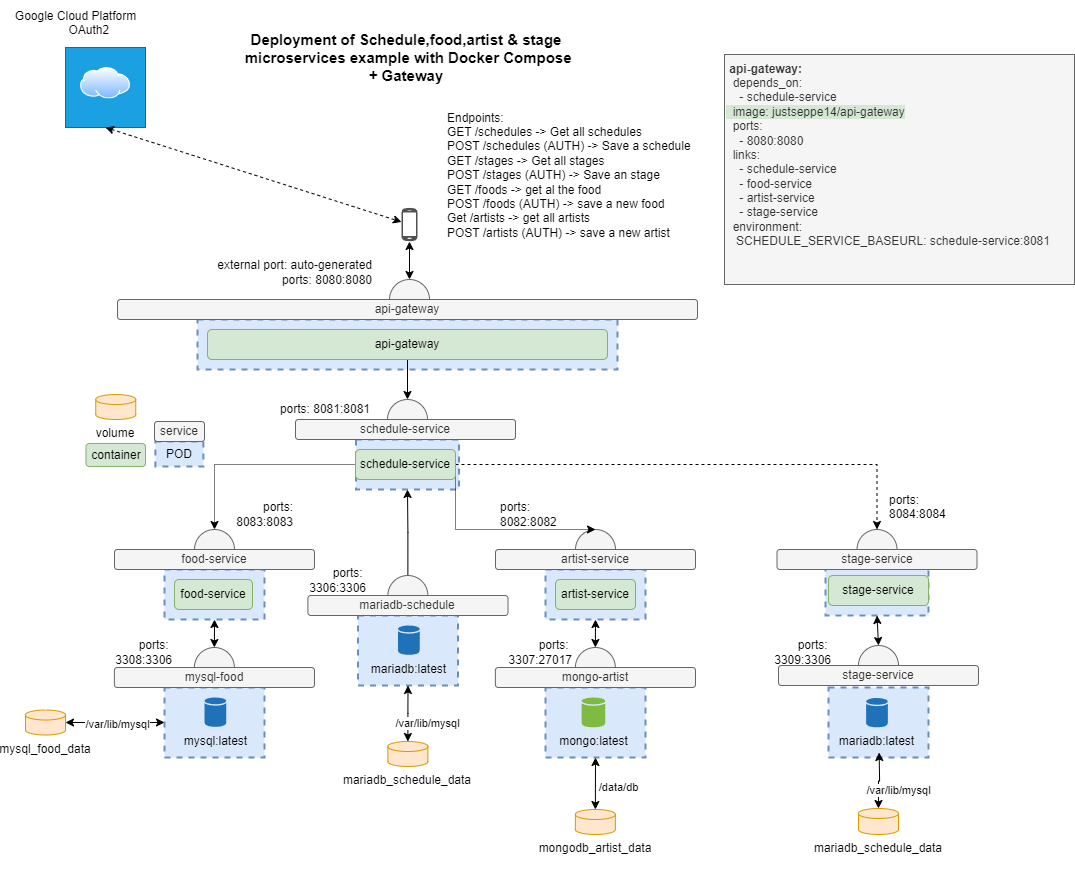
This is assets/FristFest.png from wdebie/wdb-svc-microservices, a draw.io export, as it was before one commit. Source tidied: cells renumbered, new cells last; positions are measured from the earlier drawing's top-left corner, leaving out a move shared by most shapes.
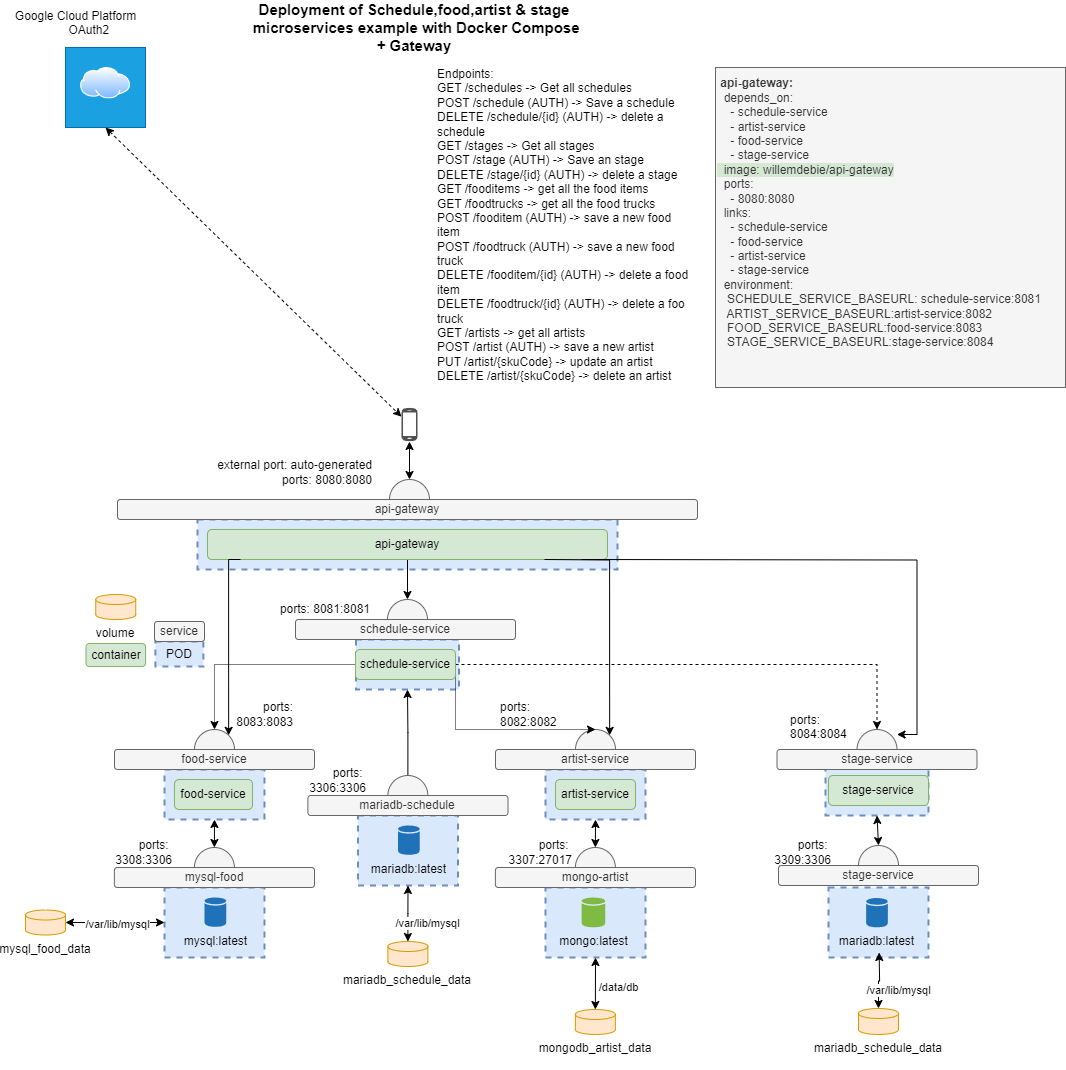
The same diagram one commit later.

The edit, as a diff of the source:
```diff
@@ -103,7 +103,7 @@
       <mxGeometry x="188.9" y="399" width="178" height="20" as="geometry" />
     </mxCell>
     <mxCell id="34" value="&lt;div&gt;&lt;b&gt;&lt;font style=&quot;font-size: 15px&quot;&gt;Deployment of Schedule,food,artist &amp;amp; stage&lt;/font&gt;&lt;/b&gt;&lt;/div&gt;&lt;div&gt;&lt;b&gt;&lt;font style=&quot;font-size: 15px&quot;&gt;&amp;nbsp;microservices example with Docker Compose&lt;br&gt;+ Gateway&lt;/font&gt;&lt;/b&gt;&lt;/div&gt;" style="text;html=1;strokeColor=none;fillColor=none;align=center;verticalAlign=middle;whiteSpace=wrap;rounded=0;" parent="1" vertex="1">
-      <mxGeometry x="52" y="47" width="698" height="20" as="geometry" />
+      <mxGeometry x="60" y="-183" width="698" height="20" as="geometry" />
     </mxCell>
     <mxCell id="35" style="edgeStyle=orthogonalEdgeStyle;rounded=0;jettySize=auto;html=1;entryX=0;entryY=0.5;entryDx=0;entryDy=0;startArrow=classic;startFill=1;" parent="1" edge="1" source="37" target="7">
       <mxGeometry relative="1" as="geometry" />
@@ -125,8 +125,8 @@
     <mxCell id="40" value="volume" style="shape=cylinder3;whiteSpace=wrap;html=1;boundedLbl=1;backgroundOutline=1;size=5;verticalAlign=top;labelPosition=center;verticalLabelPosition=bottom;align=center;fillColor=#ffe6cc;strokeColor=#d79b00;" parent="1" vertex="1">
       <mxGeometry x="90.2" y="394" width="40" height="25" as="geometry" />
     </mxCell>
-    <mxCell id="41" value="&lt;div&gt;&lt;b&gt;&amp;nbsp;api-gateway:&lt;/b&gt;&lt;/div&gt;&lt;div&gt;&amp;nbsp; depends_on:&lt;/div&gt;&lt;div&gt;&amp;nbsp; &amp;nbsp; - schedule-service&lt;/div&gt;&lt;div&gt;&lt;span style=&quot;background-color: rgb(213, 232, 212);&quot;&gt;&amp;nbsp; image: justseppe14/api-gateway&lt;/span&gt;&lt;/div&gt;&lt;div&gt;&amp;nbsp; ports:&lt;/div&gt;&lt;div&gt;&amp;nbsp; &amp;nbsp; - 8080:8080&lt;/div&gt;&lt;div&gt;&amp;nbsp; links:&lt;/div&gt;&lt;div&gt;&amp;nbsp; &amp;nbsp; - schedule-service&lt;/div&gt;&lt;div&gt;&amp;nbsp; &amp;nbsp; - food-service&lt;/div&gt;&lt;div&gt;&amp;nbsp; &amp;nbsp; - artist-service&lt;/div&gt;&lt;div&gt;&amp;nbsp; &amp;nbsp; - stage-service&lt;/div&gt;&lt;div&gt;&amp;nbsp;&amp;nbsp;environment:&lt;br&gt;&lt;/div&gt;&lt;div&gt;&amp;nbsp; &amp;nbsp;SCHEDULE_SERVICE_BASEURL: schedule-service:8081&lt;/div&gt;&lt;div&gt;&amp;nbsp; &amp;nbsp;&lt;/div&gt;&lt;div&gt;&amp;nbsp; &amp;nbsp;&lt;/div&gt;" style="text;html=1;align=left;verticalAlign=middle;strokeColor=#666666;fillColor=#f5f5f5;fontColor=#333333;" parent="1" vertex="1">
-      <mxGeometry x="719" y="54" width="350" height="230" as="geometry" />
+    <mxCell id="41" value="&lt;div&gt;&lt;b&gt;&amp;nbsp;api-gateway:&lt;/b&gt;&lt;/div&gt;&lt;div&gt;&amp;nbsp; depends_on:&lt;/div&gt;&lt;div&gt;&amp;nbsp; &amp;nbsp; - schedule-service&lt;/div&gt;&lt;div&gt;&amp;nbsp; &amp;nbsp; - artist-service&lt;/div&gt;&lt;div&gt;&amp;nbsp; &amp;nbsp; - food-service&lt;/div&gt;&lt;div&gt;&amp;nbsp; &amp;nbsp; - stage-service&lt;/div&gt;&lt;div&gt;&lt;span style=&quot;background-color: rgb(213, 232, 212);&quot;&gt;&amp;nbsp; image: willemdebie/api-gateway&lt;/span&gt;&lt;/div&gt;&lt;div&gt;&amp;nbsp; ports:&lt;/div&gt;&lt;div&gt;&amp;nbsp; &amp;nbsp; - 8080:8080&lt;/div&gt;&lt;div&gt;&amp;nbsp; links:&lt;/div&gt;&lt;div&gt;&amp;nbsp; &amp;nbsp; - schedule-service&lt;/div&gt;&lt;div&gt;&amp;nbsp; &amp;nbsp; - food-service&lt;/div&gt;&lt;div&gt;&amp;nbsp; &amp;nbsp; - artist-service&lt;/div&gt;&lt;div&gt;&amp;nbsp; &amp;nbsp; - stage-service&lt;/div&gt;&lt;div&gt;&amp;nbsp;&amp;nbsp;environment:&lt;br&gt;&lt;/div&gt;&lt;div&gt;&amp;nbsp; &amp;nbsp;SCHEDULE_SERVICE_BASEURL: schedule-service:8081&lt;/div&gt;&lt;div&gt;&amp;nbsp; &amp;nbsp;ARTIST_SERVICE_BASEURL:artist-service:8082&lt;/div&gt;&lt;div&gt;&amp;nbsp; &amp;nbsp;FOOD_SERVICE_BASEURL:food-service:8083&lt;/div&gt;&lt;div&gt;&amp;nbsp; &amp;nbsp;STAGE_SERVICE_BASEURL:stage-service:8084&lt;/div&gt;&lt;div&gt;&amp;nbsp; &amp;nbsp;&lt;/div&gt;&lt;div&gt;&amp;nbsp; &amp;nbsp;&lt;/div&gt;" style="text;html=1;align=left;verticalAlign=middle;strokeColor=#666666;fillColor=#f5f5f5;fontColor=#333333;" parent="1" vertex="1">
+      <mxGeometry x="710" y="-133" width="350" height="320" as="geometry" />
     </mxCell>
     <mxCell id="42" style="rounded=0;whiteSpace=wrap;html=1;strokeColor=#6c8ebf;dashed=1;strokeWidth=2;fillColor=#dae8fc;" parent="1" vertex="1">
       <mxGeometry x="352.5" y="615" width="100" height="70" as="geometry" />
@@ -178,8 +178,8 @@
     <mxCell id="57" style="endArrow=classic;startArrow=classic;html=1;rounded=0;exitX=0.5;exitY=0;exitDx=0;exitDy=0;" parent="1" edge="1" source="54" target="21">
       <mxGeometry relative="1" as="geometry" />
     </mxCell>
-    <mxCell id="58" value="Endpoints:&lt;br&gt;GET /schedules -&amp;gt; Get all schedules&lt;br&gt;POST /schedules (AUTH) -&amp;gt; Save a schedule&lt;br&gt;GET /stages -&amp;gt; Get all stages&lt;br&gt;POST /stages (AUTH) -&amp;gt; Save an stage&lt;div&gt;GET /foods -&amp;gt; get al the food&lt;/div&gt;&lt;div&gt;POST /foods (AUTH) -&amp;gt; save a new food&lt;/div&gt;&lt;div&gt;Get /artists -&amp;gt; get all artists&lt;/div&gt;&lt;div&gt;POST /artists (AUTH) -&amp;gt; save a new artist&lt;/div&gt;&lt;div&gt;&lt;br&gt;&lt;/div&gt;" style="text;html=1;strokeColor=none;fillColor=none;align=left;verticalAlign=middle;whiteSpace=wrap;rounded=0;" parent="1" vertex="1">
-      <mxGeometry x="440" y="137" width="260" height="90" as="geometry" />
+    <mxCell id="58" value="Endpoints:&lt;br&gt;GET /schedules -&amp;gt; Get all schedules&lt;br&gt;POST /schedule (AUTH) -&amp;gt; Save a schedule&lt;br&gt;DELETE /schedule/{id} (AUTH) -&amp;gt; delete a schedule&lt;br&gt;GET /stages -&amp;gt; Get all stages&lt;br&gt;POST /stage (AUTH) -&amp;gt; Save an stage&lt;br&gt;DELETE /stage/{id} (AUTH) -&amp;gt; delete a stage&lt;br&gt;&lt;div&gt;GET /fooditems -&amp;gt; get all the food items&lt;/div&gt;&lt;div&gt;GET /foodtrucks -&amp;gt; get all the food trucks&lt;/div&gt;&lt;div&gt;POST /fooditem (AUTH) -&amp;gt; save a new food item&lt;/div&gt;&lt;div&gt;POST /foodtruck (AUTH) -&amp;gt; save a new food truck&lt;/div&gt;&lt;div&gt;DELETE /fooditem/{id} (AUTH) -&amp;gt; delete a food item&lt;br&gt;DELETE /foodtruck/{id} (AUTH) -&amp;gt; delete a foo truck&lt;/div&gt;&lt;div&gt;GET /artists -&amp;gt; get all artists&lt;/div&gt;&lt;div&gt;POST /artist (AUTH) -&amp;gt; save a new artist&lt;br&gt;PUT /artist/{skuCode} -&amp;gt; update an artist&lt;/div&gt;&lt;div&gt;DELETE /artist/{skuCode} -&amp;gt; delete an artist&lt;/div&gt;&lt;div&gt;&lt;br&gt;&lt;/div&gt;" style="text;html=1;strokeColor=none;fillColor=none;align=left;verticalAlign=middle;whiteSpace=wrap;rounded=0;" parent="1" vertex="1">
+      <mxGeometry x="430" y="-13" width="260" height="90" as="geometry" />
     </mxCell>
     <mxCell id="59" style="rounded=0;whiteSpace=wrap;html=1;strokeColor=#6c8ebf;dashed=1;strokeWidth=2;fillColor=#dae8fc;" parent="1" vertex="1">
       <mxGeometry x="820" y="565" width="103" height="50" as="geometry" />
@@ -234,22 +234,40 @@
       <mxGeometry x="719" y="637" width="109" height="30" as="geometry" />
     </mxCell>
     <mxCell id="75" value="&lt;div&gt;ports:&lt;/div&gt;&lt;div&gt;8084:&lt;span style=&quot;background-color: initial;&quot;&gt;8084&lt;/span&gt;&lt;/div&gt;&lt;div&gt;&lt;span style=&quot;background-color: initial;&quot;&gt;&lt;br&gt;&lt;/span&gt;&lt;/div&gt;" style="text;html=1;strokeColor=none;fillColor=none;align=left;verticalAlign=middle;whiteSpace=wrap;rounded=0;" parent="1" vertex="1">
-      <mxGeometry x="882.4" y="499" width="109" height="30" as="geometry" />
+      <mxGeometry x="782.5" y="519" width="109" height="30" as="geometry" />
     </mxCell>
     <mxCell id="76" value="&lt;div&gt;ports:&lt;/div&gt;&lt;div&gt;8083:&lt;span style=&quot;background-color: initial;&quot;&gt;8083&lt;/span&gt;&lt;/div&gt;" style="text;html=1;strokeColor=none;fillColor=none;align=right;verticalAlign=middle;whiteSpace=wrap;rounded=0;" parent="1" vertex="1">
       <mxGeometry x="181" y="499" width="109" height="30" as="geometry" />
     </mxCell>
     <mxCell id="77" style="whiteSpace=wrap;html=1;fillColor=#1ba1e2;fontColor=#ffffff;strokeColor=#006EAF;" parent="1" vertex="1">
-      <mxGeometry x="60" y="47" width="80" height="80" as="geometry" />
+      <mxGeometry x="60" y="-153" width="80" height="80" as="geometry" />
     </mxCell>
     <mxCell id="78" style="image;perimeter=ellipsePerimeter;html=1;align=center;shadow=0;dashed=0;spacingTop=3;image=img/lib/active_directory/internet_cloud.svg;" parent="1" vertex="1">
-      <mxGeometry x="75" y="67" width="50" height="31.5" as="geometry" />
+      <mxGeometry x="75" y="-133" width="50" height="31.5" as="geometry" />
     </mxCell>
     <mxCell id="79" value="Google Cloud Platform&lt;div&gt;&lt;span style=&quot;white-space: pre;&quot;&gt;&#9;&lt;/span&gt;OAuth2&lt;br&gt;&lt;/div&gt;&lt;div&gt;&lt;br&gt;&lt;/div&gt;" style="text;html=1;align=center;verticalAlign=middle;strokeColor=none;fillColor=none;" parent="1" vertex="1">
-      <mxGeometry width="140" height="60" as="geometry" />
+      <mxGeometry y="-200" width="140" height="60" as="geometry" />
     </mxCell>
     <mxCell id="80" style="endArrow=classic;startArrow=classic;html=1;rounded=0;exitX=0.5;exitY=1;exitDx=0;exitDy=0;dashed=1;" parent="1" edge="1" source="77" target="21">
       <mxGeometry relative="1" as="geometry" />
     </mxCell>
+    <mxCell id="81" style="edgeStyle=orthogonalEdgeStyle;rounded=0;jettySize=auto;html=1;exitX=0.5;exitY=1;exitDx=0;exitDy=0;entryX=1;entryY=0.5;entryDx=0;entryDy=0;" parent="1" edge="1" target="75">
+      <mxGeometry relative="1" as="geometry">
+        <mxPoint x="576.1" y="359" as="sourcePoint" />
+      </mxGeometry>
+    </mxCell>
+    <mxCell id="82" style="edgeStyle=orthogonalEdgeStyle;rounded=0;jettySize=auto;html=1;exitX=0.5;exitY=1;exitDx=0;exitDy=0;entryX=1;entryY=0;entryDx=0;entryDy=0;" parent="1" edge="1" target="2">
+      <mxGeometry relative="1" as="geometry">
+        <mxPoint x="539" y="359" as="sourcePoint" />
+      </mxGeometry>
+    </mxCell>
+    <mxCell id="83" style="edgeStyle=orthogonalEdgeStyle;rounded=0;jettySize=auto;html=1;exitX=0.5;exitY=1;exitDx=0;exitDy=0;entryX=1;entryY=0;entryDx=0;entryDy=0;" parent="1" edge="1" target="3">
+      <mxGeometry relative="1" as="geometry">
+        <mxPoint x="235" y="359" as="sourcePoint" />
+        <Array as="points">
+          <mxPoint x="223" y="359" />
+        </Array>
+      </mxGeometry>
+    </mxCell>
   </root>
 </mxGraphModel>
```
